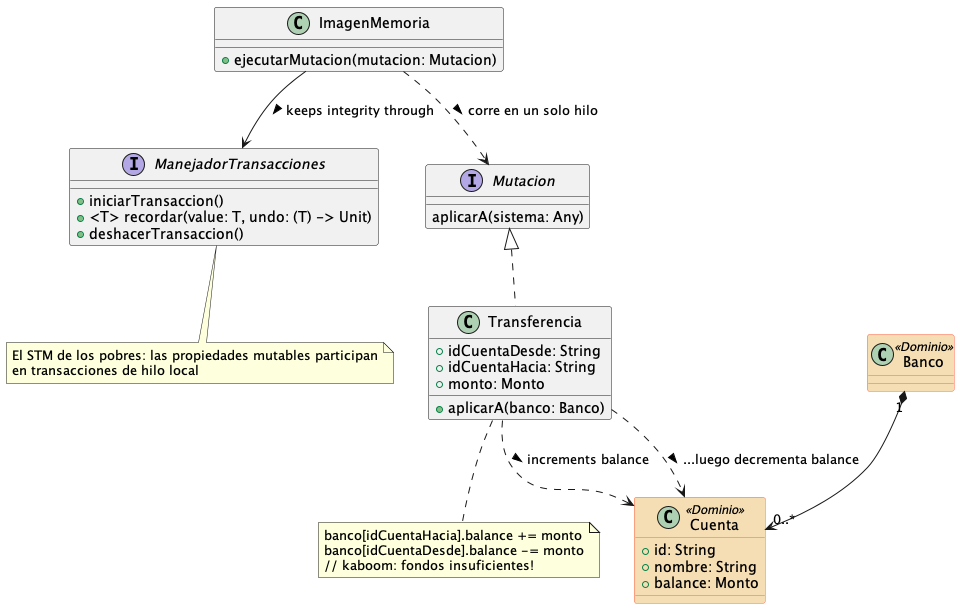
Earlier version of the PlantUML export kotlin/docs/img/kmemimg-3.png (xrrocha/jvm-funcional).
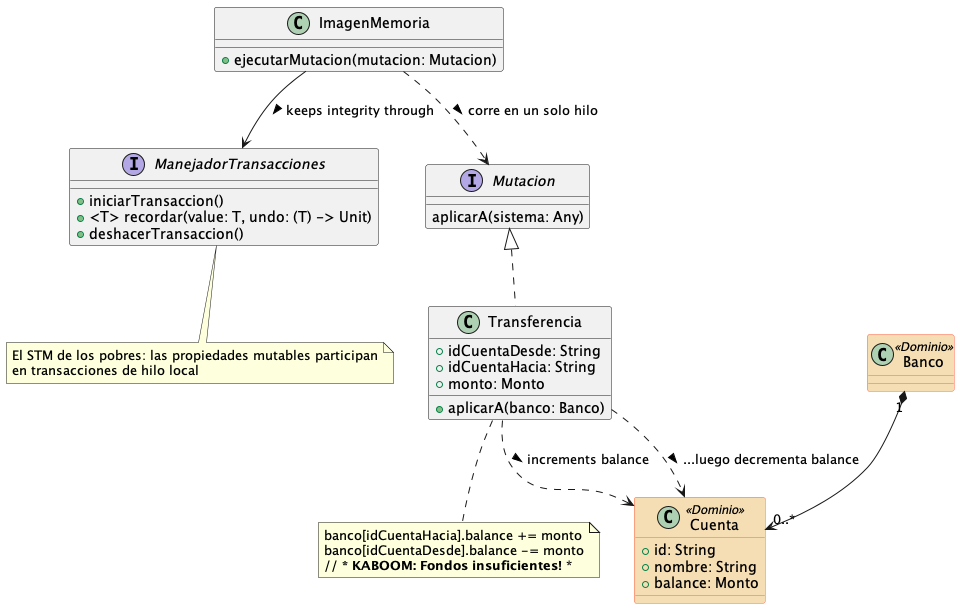
After the commit.

Commit message:
Más arreglo de typos

Diff of the diagram source:
```diff
@@ -44,7 +44,7 @@
 note bottom of Transferencia
     banco[idCuentaHacia].balance += monto
     banco[idCuentaDesde].balance -= monto
-    // kaboom: fondos insuficientes!
+    // *** KABOOM: Fondos insuficientes! ***
 end note
 
 @enduml
```
